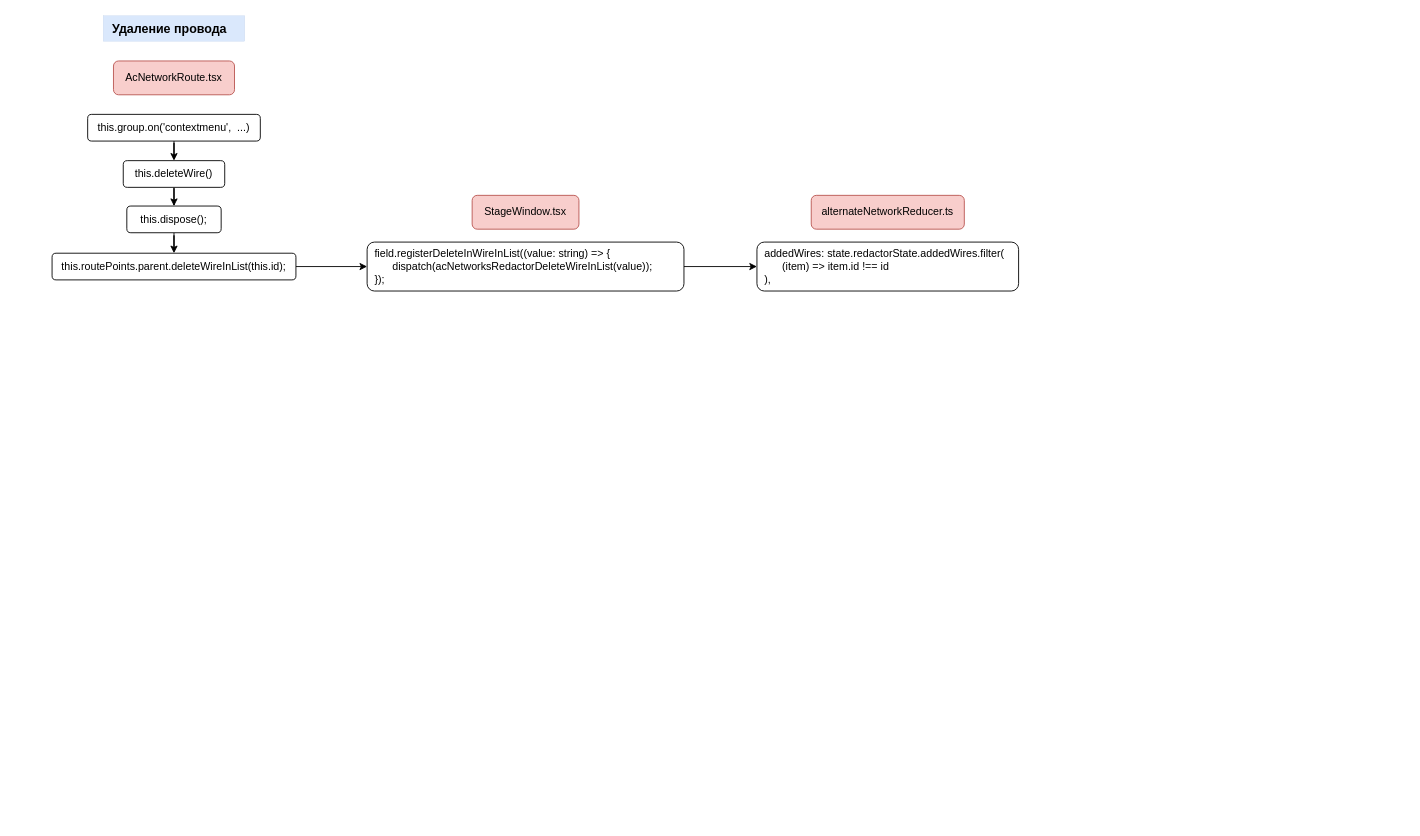
This is Редактор сетей.drawio from orlov-oleg-developer/asuter-UML, a draw.io file, before an edit. Source tidied: cells renumbered, new cells numbered last; positions are measured from the earlier drawing's top-left corner, leaving out a move shared by most shapes. Both pictures are drawn from the tidied source at 89%, with x=0, y=0 at pixel (52, 15).
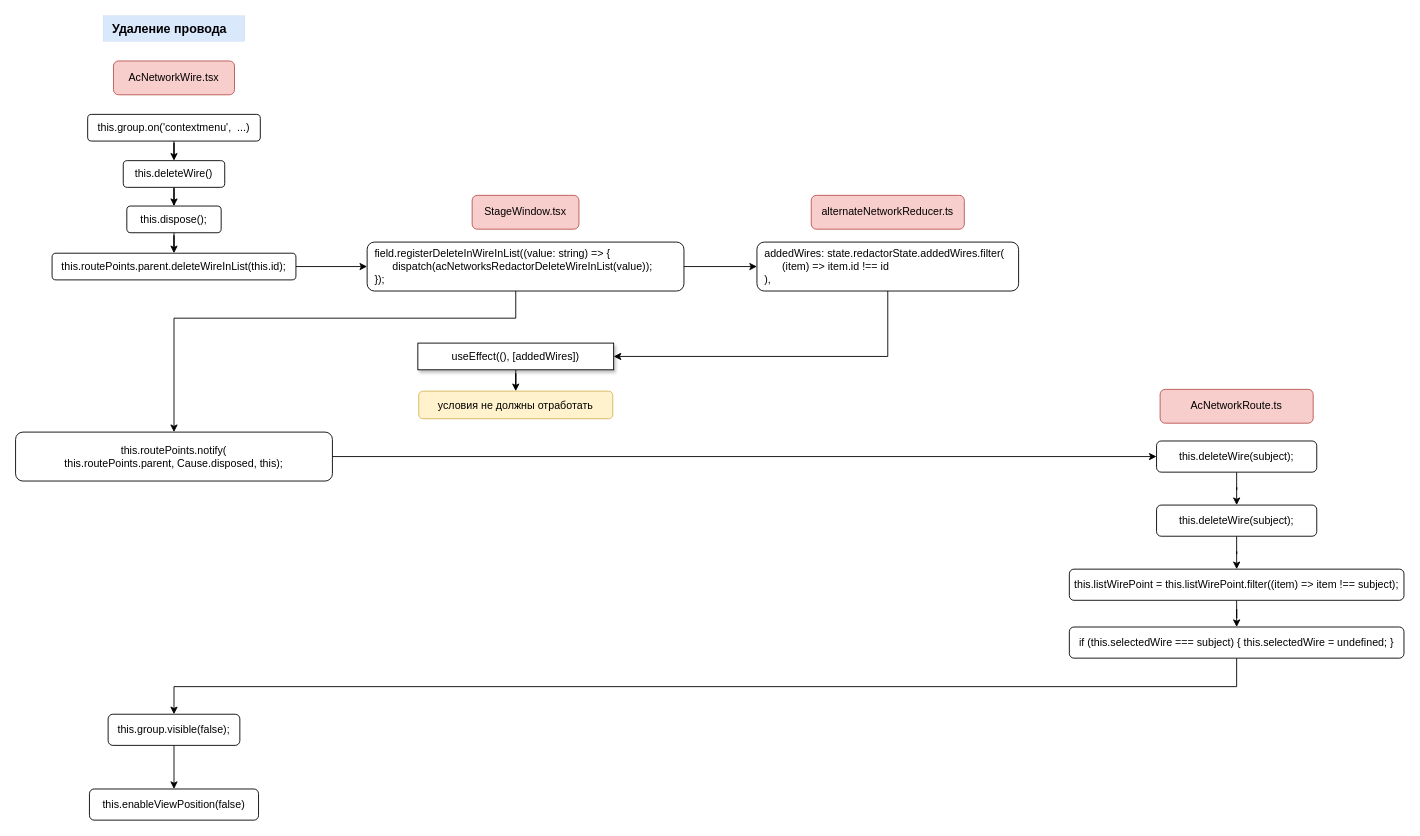
The same page after the edit.

Unchanged cells that the change refers to:
```xml
<mxCell id="14" value="&amp;nbsp; field.registerDeleteInWireInList((value: string) =&amp;gt; { &lt;span style=&quot;white-space: pre;&quot;&gt;&#9;&lt;/span&gt;dispatch(acNetworksRedactorDeleteWireInList(value)); &lt;br&gt;&amp;nbsp; });" style="rounded=1;whiteSpace=wrap;html=1;align=left;" parent="1" vertex="1">
  <mxGeometry x="354" y="254.5" width="356" height="55" as="geometry" />
</mxCell>
<mxCell id="16" value="&amp;nbsp; addedWires: state.redactorState.addedWires.filter(&lt;br&gt;&lt;span style=&quot;white-space: pre;&quot;&gt;&#9;&lt;/span&gt;(item) =&amp;gt; item.id !== id&lt;br&gt;&amp;nbsp; )," style="rounded=1;whiteSpace=wrap;html=1;align=left;" parent="1" vertex="1">
  <mxGeometry x="792" y="254.5" width="294" height="55" as="geometry" />
</mxCell>
```

What changed in the source:
```diff
@@
-    <mxCell id="3" value="AcNetworkRoute.tsx" style="rounded=1;whiteSpace=wrap;html=1;glass=0;fillColor=#f8cecc;strokeColor=#b85450;" parent="1" vertex="1">
+    <mxCell id="3" value="AcNetworkWire.tsx" style="rounded=1;whiteSpace=wrap;html=1;glass=0;fillColor=#f8cecc;strokeColor=#b85450;" parent="1" vertex="1">
       <mxGeometry x="69" y="51" width="136" height="38" as="geometry" />
     </mxCell>
@@
+    <mxCell id="17" style="edgeStyle=orthogonalEdgeStyle;rounded=0;jettySize=auto;html=1;entryX=0.5;entryY=0;entryDx=0;entryDy=0;" parent="1" edge="1" source="14" target="23">
+      <mxGeometry relative="1" as="geometry">
+        <Array as="points">
+          <mxPoint x="521" y="340" />
+          <mxPoint x="137" y="340" />
+        </Array>
+      </mxGeometry>
+    </mxCell>
@@
+    <mxCell id="18" style="edgeStyle=orthogonalEdgeStyle;rounded=0;jettySize=auto;html=1;entryX=1;entryY=0.5;entryDx=0;entryDy=0;" parent="1" edge="1" source="16" target="20">
+      <mxGeometry relative="1" as="geometry">
+        <Array as="points">
+          <mxPoint x="939" y="383" />
+        </Array>
+      </mxGeometry>
+    </mxCell>
@@
+    <mxCell id="19" style="edgeStyle=orthogonalEdgeStyle;rounded=0;jettySize=auto;html=1;entryX=0.5;entryY=0;entryDx=0;entryDy=0;" parent="1" edge="1" source="20" target="21">
+      <mxGeometry relative="1" as="geometry" />
+    </mxCell>
+    <mxCell id="20" value="useEffect((), [addedWires])" style="rounded=0;whiteSpace=wrap;html=1;glass=0;shadow=1;" parent="1" vertex="1">
+      <mxGeometry x="411" y="368" width="220" height="30" as="geometry" />
+    </mxCell>
+    <mxCell id="21" value="условия не должны отработать" style="rounded=1;whiteSpace=wrap;html=1;align=center;fillColor=#fff2cc;strokeColor=#d6b656;" parent="1" vertex="1">
+      <mxGeometry x="412" y="422" width="218" height="31" as="geometry" />
+    </mxCell>
+    <mxCell id="22" style="edgeStyle=orthogonalEdgeStyle;rounded=0;jettySize=auto;html=1;entryX=0;entryY=0.5;entryDx=0;entryDy=0;" parent="1" edge="1" source="23" target="35">
+      <mxGeometry relative="1" as="geometry" />
+    </mxCell>
+    <mxCell id="23" value="this.routePoints.notify(&lt;br&gt;this.routePoints.parent, Cause.disposed, this);" style="rounded=1;whiteSpace=wrap;html=1;align=center;" parent="1" vertex="1">
+      <mxGeometry x="-41" y="468" width="356" height="55" as="geometry" />
+    </mxCell>
+    <mxCell id="24" style="edgeStyle=orthogonalEdgeStyle;rounded=0;jettySize=auto;html=1;entryX=0.5;entryY=0;entryDx=0;entryDy=0;" parent="1" edge="1" source="25" target="27">
+      <mxGeometry relative="1" as="geometry" />
+    </mxCell>
+    <mxCell id="25" value="this.deleteWire(subject);" style="rounded=1;whiteSpace=wrap;html=1;align=center;" parent="1" vertex="1">
+      <mxGeometry x="1241" y="550" width="180" height="35" as="geometry" />
+    </mxCell>
+    <mxCell id="26" style="edgeStyle=orthogonalEdgeStyle;rounded=0;jettySize=auto;html=1;entryX=0.5;entryY=0;entryDx=0;entryDy=0;" parent="1" edge="1" source="27" target="29">
+      <mxGeometry relative="1" as="geometry" />
+    </mxCell>
+    <mxCell id="27" value="this.listWirePoint = this.listWirePoint.filter((item) =&amp;gt; item !== subject);" style="rounded=1;whiteSpace=wrap;html=1;align=center;" parent="1" vertex="1">
+      <mxGeometry x="1143" y="622" width="376" height="35" as="geometry" />
+    </mxCell>
+    <mxCell id="28" style="edgeStyle=orthogonalEdgeStyle;rounded=0;jettySize=auto;html=1;entryX=0.5;entryY=0;entryDx=0;entryDy=0;" parent="1" edge="1" source="29" target="31">
+      <mxGeometry relative="1" as="geometry">
+        <Array as="points">
+          <mxPoint x="1331" y="754" />
+          <mxPoint x="137" y="754" />
+        </Array>
+      </mxGeometry>
+    </mxCell>
+    <mxCell id="29" value="if (this.selectedWire === subject) { this.selectedWire = undefined; }" style="rounded=1;whiteSpace=wrap;html=1;align=center;" parent="1" vertex="1">
+      <mxGeometry x="1143" y="687" width="376" height="35" as="geometry" />
+    </mxCell>
+    <mxCell id="30" style="edgeStyle=orthogonalEdgeStyle;rounded=0;jettySize=auto;html=1;" parent="1" edge="1" source="31" target="32">
+      <mxGeometry relative="1" as="geometry" />
+    </mxCell>
+    <mxCell id="31" value="this.group.visible(false);" style="rounded=1;whiteSpace=wrap;html=1;align=center;" parent="1" vertex="1">
+      <mxGeometry x="63" y="785" width="148" height="35" as="geometry" />
+    </mxCell>
+    <mxCell id="32" value="this.enableViewPosition(false)" style="rounded=1;whiteSpace=wrap;html=1;align=center;" parent="1" vertex="1">
+      <mxGeometry x="42" y="869" width="190" height="35" as="geometry" />
+    </mxCell>
+    <mxCell id="33" value="AcNetworkRoute.ts" style="rounded=1;whiteSpace=wrap;html=1;glass=0;fillColor=#f8cecc;strokeColor=#b85450;" parent="1" vertex="1">
+      <mxGeometry x="1245" y="420" width="172" height="38" as="geometry" />
+    </mxCell>
+    <mxCell id="34" style="edgeStyle=orthogonalEdgeStyle;rounded=0;jettySize=auto;html=1;entryX=0.5;entryY=0;entryDx=0;entryDy=0;" parent="1" edge="1" source="35" target="25">
+      <mxGeometry relative="1" as="geometry" />
+    </mxCell>
+    <mxCell id="35" value="this.deleteWire(subject);" style="rounded=1;whiteSpace=wrap;html=1;align=center;" parent="1" vertex="1">
+      <mxGeometry x="1241" y="478" width="180" height="35" as="geometry" />
+    </mxCell>
```
